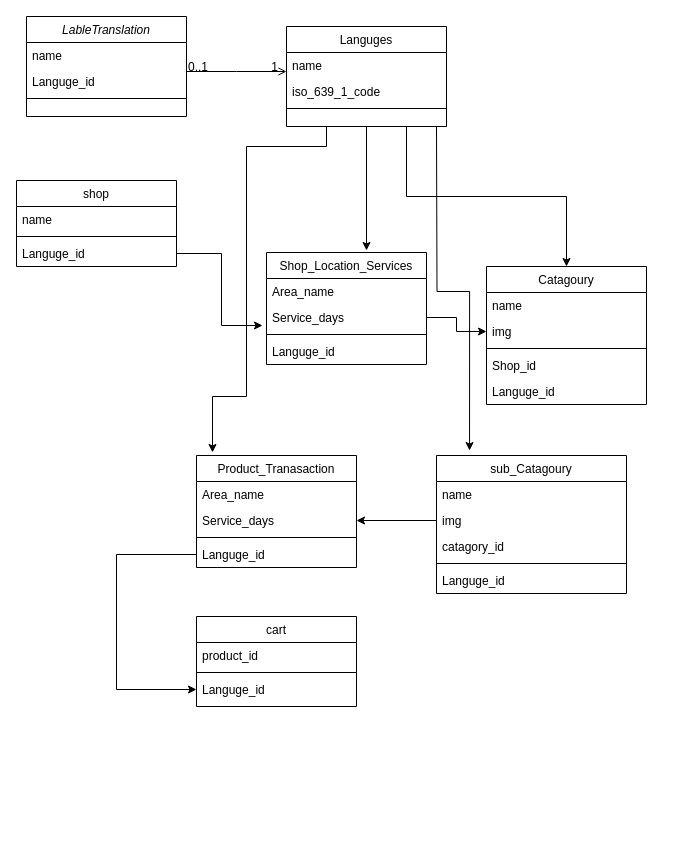
Earlier version of the draw.io diagram Q3/yesilikDiagram.drawio (C5-FouadHijazi/Big-Dash-Task). Source tidied: cells renumbered, new cells numbered last; positions are measured from the earlier drawing's top-left corner, leaving out a move shared by most shapes. Both pictures are drawn from the tidied source at 100%, with x=0, y=0 at pixel (16, 16).
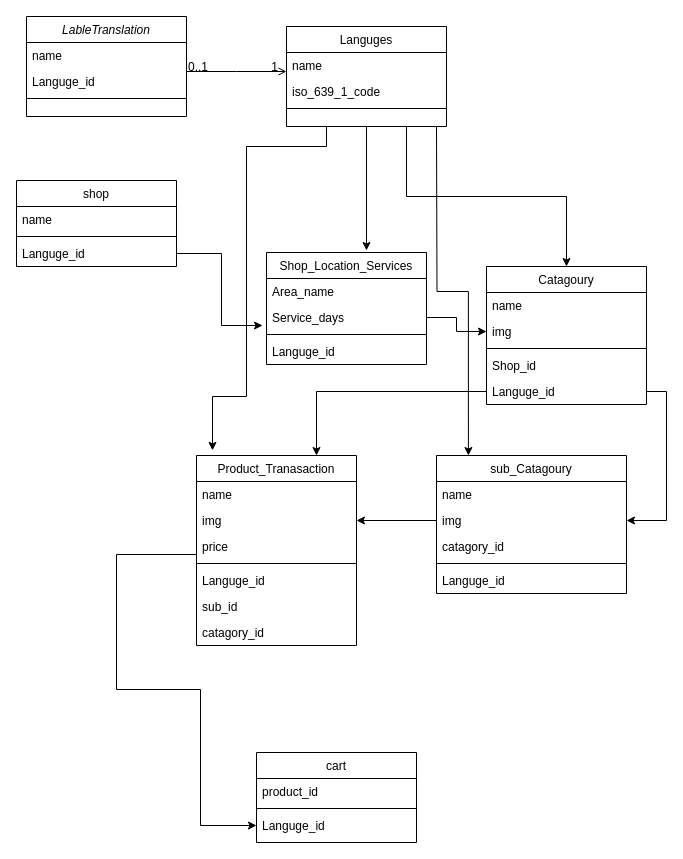
The same diagram, later.

Unchanged cells that the change refers to:
```xml
<mxCell id="31" value="Languge_id" style="text;align=left;verticalAlign=top;spacingLeft=4;spacingRight=4;overflow=hidden;points=[[0,0.5],[1,0.5]];portConstraint=eastwest;rounded=0;shadow=0;html=0;" parent="26" vertex="1">
  <mxGeometry y="112" width="160" height="26" as="geometry" />
</mxCell>
<mxCell id="37" value="sub_Catagoury" style="swimlane;fontStyle=0;align=center;verticalAlign=top;horizontal=1;startSize=26;rounded=0;shadow=0;strokeWidth=1;" parent="1" vertex="1">
  <mxGeometry x="420" y="439" width="190" height="138" as="geometry" />
</mxCell>
<mxCell id="39" value="img" style="text;align=left;verticalAlign=top;spacingLeft=4;spacingRight=4;overflow=hidden;points=[[0,0.5],[1,0.5]];portConstraint=eastwest;" parent="37" vertex="1">
  <mxGeometry y="52" width="190" height="26" as="geometry" />
</mxCell>
<mxCell id="49" value="Languge_id" style="text;align=left;verticalAlign=top;spacingLeft=4;spacingRight=4;overflow=hidden;points=[[0,0.5],[1,0.5]];portConstraint=eastwest;rounded=0;shadow=0;html=0;" parent="46" vertex="1">
  <mxGeometry y="60" width="160" height="26" as="geometry" />
</mxCell>
```

Diff of the diagram source:
```diff
@@
-    <mxCell id="18" style="edgeStyle=orthogonalEdgeStyle;rounded=0;jettySize=auto;html=1;entryX=0.174;entryY=-0.036;entryDx=0;entryDy=0;entryPerimeter=0;" parent="1" edge="1" target="37">
+    <mxCell id="18" style="edgeStyle=orthogonalEdgeStyle;rounded=0;jettySize=auto;html=1;entryX=0.168;entryY=0;entryDx=0;entryDy=0;entryPerimeter=0;" parent="1" edge="1" target="37">
       <mxGeometry relative="1" as="geometry">
         <mxPoint x="420" y="110" as="sourcePoint" />
       </mxGeometry>
     </mxCell>
@@
     <mxCell id="32" value="Product_Tranasaction" style="swimlane;fontStyle=0;align=center;verticalAlign=top;horizontal=1;startSize=26;rounded=0;shadow=0;strokeWidth=1;" parent="1" vertex="1">
-      <mxGeometry x="180" y="439" width="160" height="112" as="geometry" />
+      <mxGeometry x="180" y="439" width="160" height="190" as="geometry" />
     </mxCell>
-    <mxCell id="33" value="Area_name" style="text;align=left;verticalAlign=top;spacingLeft=4;spacingRight=4;overflow=hidden;" parent="32" vertex="1">
+    <mxCell id="33" value="name" style="text;align=left;verticalAlign=top;spacingLeft=4;spacingRight=4;overflow=hidden;" parent="32" vertex="1">
       <mxGeometry y="26" width="160" height="26" as="geometry" />
     </mxCell>
-    <mxCell id="34" value="Service_days" style="text;align=left;verticalAlign=top;spacingLeft=4;spacingRight=4;overflow=hidden;points=[[0,0.5],[1,0.5]];portConstraint=eastwest;" parent="32" vertex="1">
+    <mxCell id="34" value="img" style="text;align=left;verticalAlign=top;spacingLeft=4;spacingRight=4;overflow=hidden;points=[[0,0.5],[1,0.5]];portConstraint=eastwest;" parent="32" vertex="1">
       <mxGeometry y="52" width="160" height="26" as="geometry" />
     </mxCell>
+    <mxCell id="51" value="price" style="text;align=left;verticalAlign=top;spacingLeft=4;spacingRight=4;overflow=hidden;" parent="32" vertex="1">
+      <mxGeometry y="78" width="160" height="26" as="geometry" />
+    </mxCell>
     <mxCell id="35" style="line;html=1;strokeWidth=1;align=left;verticalAlign=middle;spacingTop=-1;spacingLeft=3;spacingRight=3;labelPosition=right;" parent="32" vertex="1">
-      <mxGeometry y="78" width="160" height="8" as="geometry" />
+      <mxGeometry y="104" width="160" height="8" as="geometry" />
     </mxCell>
     <mxCell id="36" value="Languge_id" style="text;align=left;verticalAlign=top;spacingLeft=4;spacingRight=4;overflow=hidden;points=[[0,0.5],[1,0.5]];portConstraint=eastwest;rounded=0;shadow=0;html=0;" parent="32" vertex="1">
-      <mxGeometry y="86" width="160" height="26" as="geometry" />
+      <mxGeometry y="112" width="160" height="26" as="geometry" />
     </mxCell>
+    <mxCell id="52" value="sub_id" style="text;align=left;verticalAlign=top;spacingLeft=4;spacingRight=4;overflow=hidden;rounded=0;shadow=0;html=0;" parent="32" vertex="1">
+      <mxGeometry y="138" width="160" height="26" as="geometry" />
+    </mxCell>
+    <mxCell id="53" value="catagory_id" style="text;align=left;verticalAlign=top;spacingLeft=4;spacingRight=4;overflow=hidden;rounded=0;shadow=0;html=0;" parent="32" vertex="1">
+      <mxGeometry y="164" width="160" height="26" as="geometry" />
+    </mxCell>
@@
     <mxCell id="46" value="cart" style="swimlane;fontStyle=0;align=center;verticalAlign=top;horizontal=1;startSize=26;rounded=0;shadow=0;strokeWidth=1;" parent="1" vertex="1">
-      <mxGeometry x="180" y="600" width="160" height="90" as="geometry" />
+      <mxGeometry x="240" y="736" width="160" height="90" as="geometry" />
     </mxCell>
@@
     <mxCell id="50" style="edgeStyle=orthogonalEdgeStyle;rounded=0;jettySize=auto;html=1;exitX=0;exitY=0.5;exitDx=0;exitDy=0;entryX=0;entryY=0.5;entryDx=0;entryDy=0;" parent="1" edge="1" source="36" target="49">
       <mxGeometry relative="1" as="geometry">
         <Array as="points">
+          <mxPoint x="180" y="538" />
           <mxPoint x="100" y="538" />
           <mxPoint x="100" y="673" />
+          <mxPoint x="184" y="673" />
+          <mxPoint x="184" y="809" />
         </Array>
       </mxGeometry>
     </mxCell>
+    <mxCell id="54" style="edgeStyle=orthogonalEdgeStyle;rounded=0;jettySize=auto;html=1;exitX=1;exitY=0.5;exitDx=0;exitDy=0;entryX=1;entryY=0.5;entryDx=0;entryDy=0;" parent="1" edge="1" source="31" target="39">
+      <mxGeometry relative="1" as="geometry" />
+    </mxCell>
+    <mxCell id="55" style="edgeStyle=orthogonalEdgeStyle;rounded=0;jettySize=auto;html=1;exitX=0;exitY=0.5;exitDx=0;exitDy=0;entryX=0.75;entryY=0;entryDx=0;entryDy=0;" parent="1" edge="1" source="31" target="32">
+      <mxGeometry relative="1" as="geometry" />
+    </mxCell>
```
